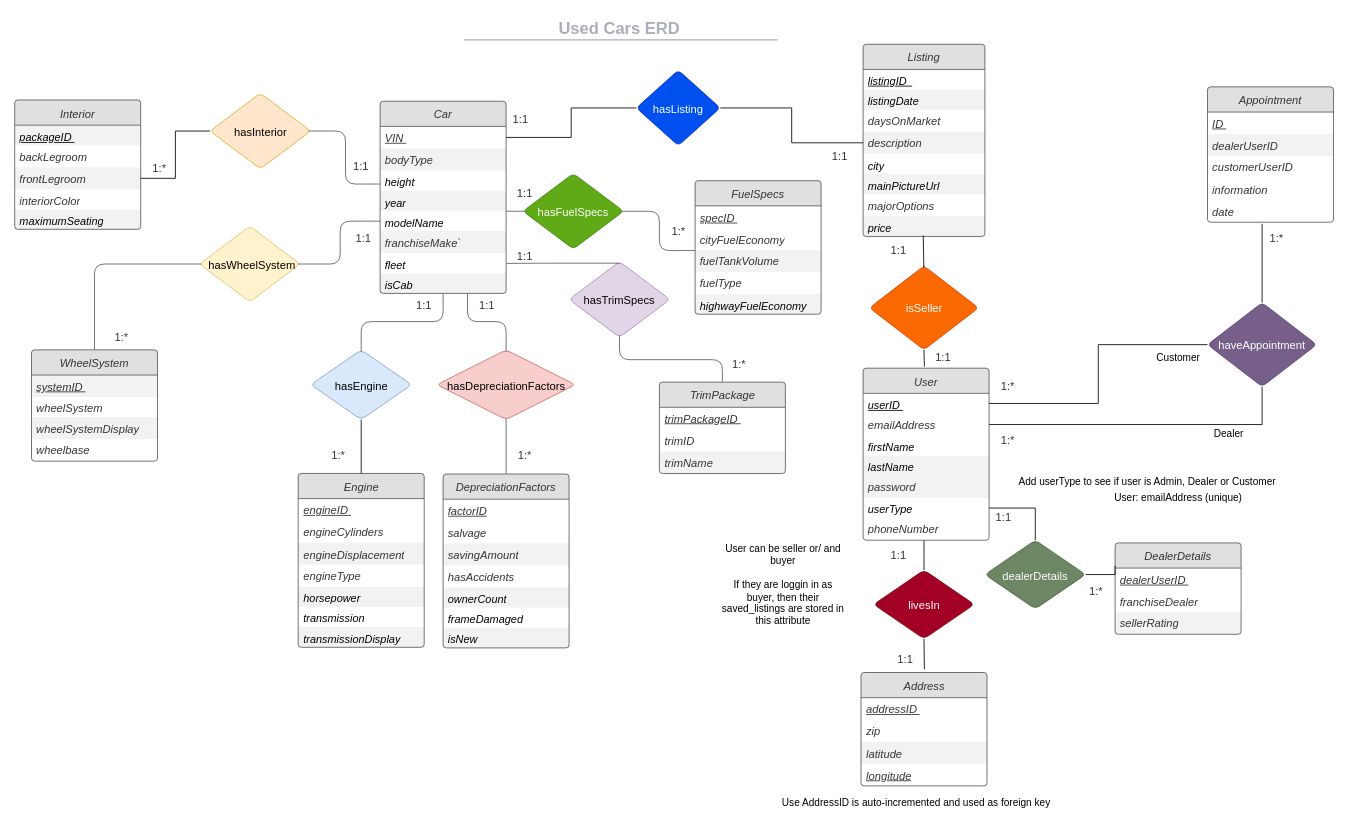
This is Database/draw.io files/ERD-Draft.drawio from abmfocus4/UsedCars-db, a draw.io file, before an edit. Source tidied: cells renumbered, new cells numbered last; positions are measured from the earlier drawing's top-left corner, leaving out a move shared by most shapes. Both pictures are drawn from the tidied source at 84%, with x=0, y=0 at pixel (14, 14).
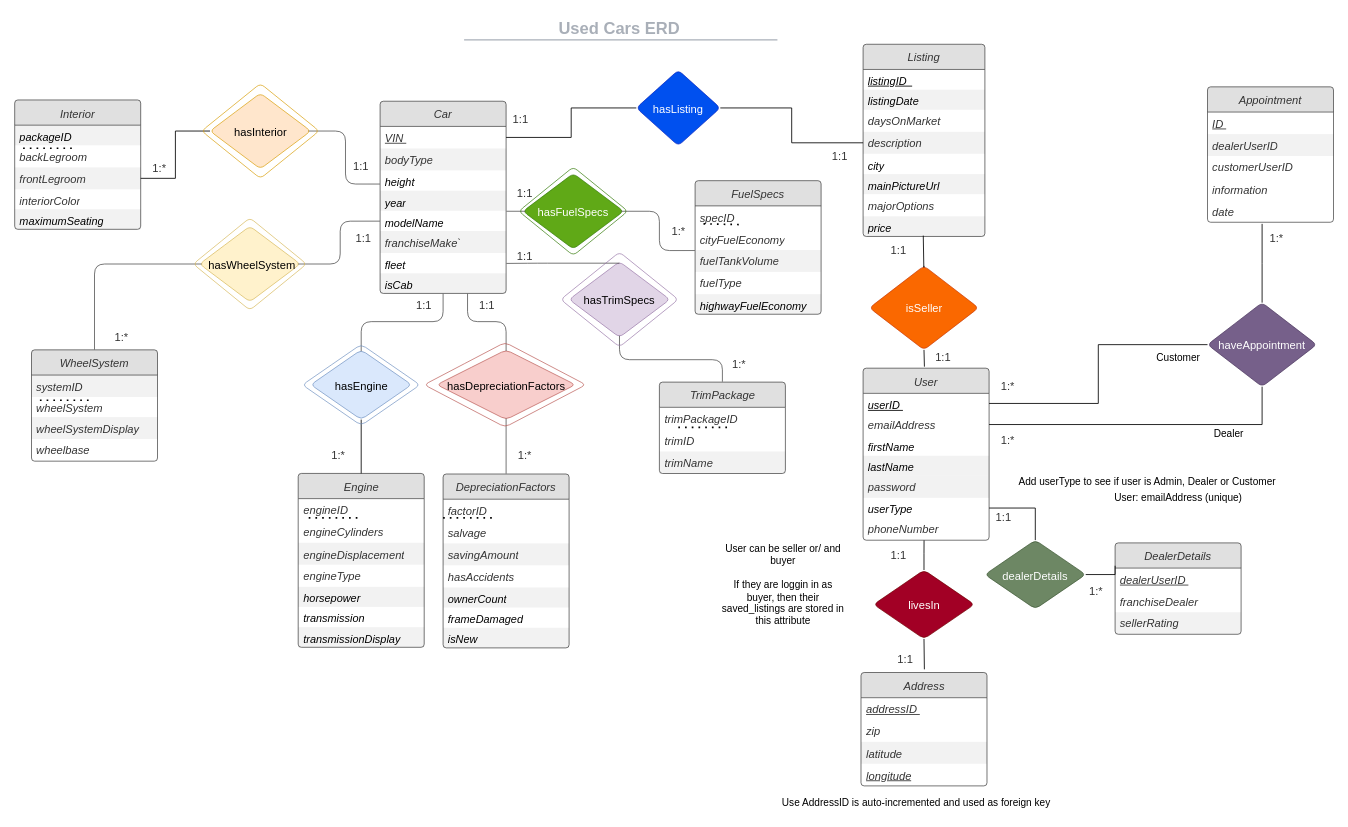
The same page after the edit.

Commit message:
updates to ERD Draft

The change refers to these unchanged cells:
```xml
<mxCell id="2" value="DepreciationFactors" style="html=1;overflow=block;blockSpacing=1;whiteSpace=wrap;swimlane;horizontal=1;fontStyle=0;swimlaneFillColor=#ffffff;startSize=30;whiteSpace=wrap;fontSize=13.3;fontColor=#333333;fontStyle=2;align=center;spacingLeft=8.4;spacingRight=8.4;spacingTop=2.4;whiteSpace=wrap;fontFamily=Helvetica;spacing=3.6;strokeColor=#333333;strokeOpacity=100;fillOpacity=100;rounded=1;absoluteArcSize=1;arcSize=7.5;fillColor=#ffffff;strokeWidth=0.8;fillColor=#e0e0e0;" parent="1" vertex="1">
  <mxGeometry x="510" y="546.8" width="150" height="207" as="geometry" />
</mxCell>
<mxCell id="23" value="Engine" style="html=1;overflow=block;blockSpacing=1;whiteSpace=wrap;swimlane;horizontal=1;fontStyle=0;swimlaneFillColor=#ffffff;startSize=30;whiteSpace=wrap;fontSize=13.3;fontColor=#333333;fontStyle=2;align=center;spacingLeft=8.4;spacingRight=8.4;spacingTop=2.4;whiteSpace=wrap;fontFamily=Helvetica;spacing=3.6;strokeColor=#333333;strokeOpacity=100;fillOpacity=100;rounded=1;absoluteArcSize=1;arcSize=7.5;fillColor=#ffffff;strokeWidth=0.8;fillColor=#e0e0e0;" parent="1" vertex="1">
  <mxGeometry x="337.5" y="546.1" width="150" height="207" as="geometry" />
</mxCell>
<mxCell id="31" value="WheelSystem" style="html=1;overflow=block;blockSpacing=1;whiteSpace=wrap;swimlane;horizontal=1;fontStyle=0;swimlaneFillColor=#ffffff;startSize=30;whiteSpace=wrap;fontSize=13.3;fontColor=#333333;fontStyle=2;align=center;spacingLeft=8.4;spacingRight=8.4;spacingTop=2.4;whiteSpace=wrap;fontFamily=Helvetica;spacing=3.6;strokeColor=#333333;strokeOpacity=100;fillOpacity=100;rounded=1;absoluteArcSize=1;arcSize=7.5;fillColor=#ffffff;strokeWidth=0.8;fillColor=#e0e0e0;" parent="1" vertex="1">
  <mxGeometry x="20" y="399" width="150" height="132.5" as="geometry" />
</mxCell>
<mxCell id="36" value="FuelSpecs" style="html=1;overflow=block;blockSpacing=1;whiteSpace=wrap;swimlane;horizontal=1;fontStyle=0;swimlaneFillColor=#ffffff;startSize=30;whiteSpace=wrap;fontSize=13.3;fontColor=#333333;fontStyle=2;align=center;spacingLeft=8.4;spacingRight=8.4;spacingTop=2.4;whiteSpace=wrap;fontFamily=Helvetica;spacing=3.6;strokeColor=#333333;strokeOpacity=100;fillOpacity=100;rounded=1;absoluteArcSize=1;arcSize=7.5;fillColor=#ffffff;strokeWidth=0.8;fillColor=#e0e0e0;" parent="1" vertex="1">
  <mxGeometry x="810" y="197.6" width="150" height="159" as="geometry" />
</mxCell>
<mxCell id="38" value="cityFuelEconomy" style="strokeColor=none;align=left;verticalAlign=top;spacingLeft=4;spacingRight=4;overflow=hidden;points=[[0,0.5],[1,0.5]];portConstraint=eastwest;html=1;whiteSpace=wrap;swimlaneFillColor=#ffffff;fontSize=13.3;fontColor=#333333;fontStyle=2;fillColor=none;strokeOpacity=100;fillOpacity=100;" parent="36" vertex="1">
  <mxGeometry y="56.2" width="150" height="26.2" as="geometry" />
</mxCell>
<mxCell id="42" value="Interior" style="html=1;overflow=block;blockSpacing=1;whiteSpace=wrap;swimlane;horizontal=1;fontStyle=0;swimlaneFillColor=#ffffff;startSize=30;whiteSpace=wrap;fontSize=13.3;fontColor=#333333;fontStyle=2;align=center;spacingLeft=8.4;spacingRight=8.4;spacingTop=2.4;whiteSpace=wrap;fontFamily=Helvetica;spacing=3.6;strokeColor=#333333;strokeOpacity=100;fillOpacity=100;rounded=1;absoluteArcSize=1;arcSize=7.5;fillColor=#ffffff;strokeWidth=0.8;fillColor=#e0e0e0;" parent="1" vertex="1">
  <mxGeometry y="101.5" width="150" height="154" as="geometry" />
</mxCell>
<mxCell id="48" value="TrimPackage" style="html=1;overflow=block;blockSpacing=1;whiteSpace=wrap;swimlane;horizontal=1;fontStyle=0;swimlaneFillColor=#ffffff;startSize=30;whiteSpace=wrap;fontSize=13.3;fontColor=#333333;fontStyle=2;align=center;spacingLeft=8.4;spacingRight=8.4;spacingTop=2.4;whiteSpace=wrap;fontFamily=Helvetica;spacing=3.6;strokeColor=#333333;strokeOpacity=100;fillOpacity=100;rounded=1;absoluteArcSize=1;arcSize=7.5;fillColor=#ffffff;strokeWidth=0.8;fillColor=#e0e0e0;" parent="1" vertex="1">
  <mxGeometry x="767.5" y="437.4" width="150" height="108.8" as="geometry" />
</mxCell>
```

Change to the diagram source:
```diff
@@
-    <mxCell id="3" value="&lt;u&gt;factorID&lt;/u&gt;" style="strokeColor=none;align=left;verticalAlign=top;spacingLeft=4;spacingRight=4;overflow=hidden;html=1;whiteSpace=wrap;swimlaneFillColor=#ffffff;fontSize=13.3;fontColor=#333333;fontStyle=2;fillColor=none;strokeOpacity=100;fillOpacity=100;" parent="2" vertex="1">
+    <mxCell id="3" value="factorID" style="strokeColor=none;align=left;verticalAlign=top;spacingLeft=4;spacingRight=4;overflow=hidden;html=1;whiteSpace=wrap;swimlaneFillColor=#ffffff;fontSize=13.3;fontColor=#333333;fontStyle=2;fillColor=none;strokeOpacity=100;fillOpacity=100;" parent="2" vertex="1">
       <mxGeometry y="30" width="150" height="26.2" as="geometry" />
     </mxCell>
+    <mxCell id="148" style="endArrow=none;dashed=1;html=1;dashPattern=1 3;strokeWidth=2;" parent="2" edge="1">
+      <mxGeometry relative="1" as="geometry">
+        <mxPoint y="52.2" as="sourcePoint" />
+        <mxPoint x="60" y="52.2" as="targetPoint" />
+      </mxGeometry>
+    </mxCell>
@@
-    <mxCell id="24" value="&lt;u&gt;engineID&amp;nbsp;&lt;/u&gt;" style="strokeColor=none;align=left;verticalAlign=top;spacingLeft=4;spacingRight=4;overflow=hidden;html=1;whiteSpace=wrap;swimlaneFillColor=#ffffff;fontSize=13.3;fontColor=#333333;fontStyle=2;fillColor=none;strokeOpacity=100;fillOpacity=100;" parent="23" vertex="1">
+    <mxCell id="24" value="engineID&amp;nbsp;" style="strokeColor=none;align=left;verticalAlign=top;spacingLeft=4;spacingRight=4;overflow=hidden;html=1;whiteSpace=wrap;swimlaneFillColor=#ffffff;fontSize=13.3;fontColor=#333333;fontStyle=2;fillColor=none;strokeOpacity=100;fillOpacity=100;" parent="23" vertex="1">
       <mxGeometry y="30" width="150" height="26.2" as="geometry" />
     </mxCell>
+    <mxCell id="149" style="endArrow=none;dashed=1;html=1;dashPattern=1 3;strokeWidth=2;" parent="23" edge="1">
+      <mxGeometry relative="1" as="geometry">
+        <mxPoint x="12.5" y="52.9" as="sourcePoint" />
+        <mxPoint x="72.5" y="52.9" as="targetPoint" />
+      </mxGeometry>
+    </mxCell>
@@
-    <mxCell id="32" value="&lt;u&gt;systemID&amp;nbsp;&lt;/u&gt;" style="strokeColor=none;align=left;verticalAlign=top;spacingLeft=4;spacingRight=4;overflow=hidden;html=1;whiteSpace=wrap;swimlaneFillColor=#ffffff;fontSize=13.3;fontColor=#333333;fontStyle=2;fillColor=#000000;opacity=5;" parent="31" vertex="1">
+    <mxCell id="32" value="systemID&amp;nbsp;" style="strokeColor=none;align=left;verticalAlign=top;spacingLeft=4;spacingRight=4;overflow=hidden;html=1;whiteSpace=wrap;swimlaneFillColor=#ffffff;fontSize=13.3;fontColor=#333333;fontStyle=2;fillColor=#000000;opacity=5;" parent="31" vertex="1">
       <mxGeometry y="30" width="150" height="26.2" as="geometry" />
     </mxCell>
+    <mxCell id="150" style="endArrow=none;dashed=1;html=1;dashPattern=1 3;strokeWidth=2;" parent="31" edge="1">
+      <mxGeometry relative="1" as="geometry">
+        <mxPoint x="10" y="60" as="sourcePoint" />
+        <mxPoint x="70" y="60" as="targetPoint" />
+      </mxGeometry>
+    </mxCell>
@@
-    <mxCell id="37" value="&lt;u&gt;specID&amp;nbsp;&lt;/u&gt;" style="strokeColor=none;align=left;verticalAlign=top;spacingLeft=4;spacingRight=4;overflow=hidden;html=1;whiteSpace=wrap;swimlaneFillColor=#ffffff;fontSize=13.3;fontColor=#333333;fontStyle=2;fillColor=none;strokeOpacity=100;fillOpacity=100;" parent="36" vertex="1">
+    <mxCell id="37" value="specID&amp;nbsp;" style="strokeColor=none;align=left;verticalAlign=top;spacingLeft=4;spacingRight=4;overflow=hidden;html=1;whiteSpace=wrap;swimlaneFillColor=#ffffff;fontSize=13.3;fontColor=#333333;fontStyle=2;fillColor=none;strokeOpacity=100;fillOpacity=100;" parent="36" vertex="1">
       <mxGeometry y="30" width="150" height="26.2" as="geometry" />
     </mxCell>
+    <mxCell id="151" style="endArrow=none;dashed=1;html=1;dashPattern=1 3;strokeWidth=2;entryX=0.381;entryY=-0.148;entryDx=0;entryDy=0;entryPerimeter=0;" parent="36" edge="1" target="38">
+      <mxGeometry relative="1" as="geometry">
+        <mxPoint x="10" y="51.4" as="sourcePoint" />
+      </mxGeometry>
+    </mxCell>
@@
-    <mxCell id="43" value="&lt;u&gt;packageID&amp;nbsp;&lt;/u&gt;" style="strokeColor=none;align=left;verticalAlign=top;spacingLeft=4;spacingRight=4;overflow=hidden;html=1;whiteSpace=wrap;swimlaneFillColor=#ffffff;fontSize=13;fontStyle=2;fillColor=#000000;opacity=5;" parent="42" vertex="1">
+    <mxCell id="43" value="packageID&amp;nbsp;" style="strokeColor=none;align=left;verticalAlign=top;spacingLeft=4;spacingRight=4;overflow=hidden;html=1;whiteSpace=wrap;swimlaneFillColor=#ffffff;fontSize=13;fontStyle=2;fillColor=#000000;opacity=5;dashed=1;" parent="42" vertex="1">
       <mxGeometry y="30" width="150" height="24" as="geometry" />
     </mxCell>
+    <mxCell id="152" style="endArrow=none;dashed=1;html=1;dashPattern=1 3;strokeWidth=2;" parent="42" edge="1">
+      <mxGeometry relative="1" as="geometry">
+        <mxPoint x="10" y="57.5" as="sourcePoint" />
+        <mxPoint x="70" y="57.5" as="targetPoint" />
+      </mxGeometry>
+    </mxCell>
@@
-    <mxCell id="49" value="&lt;u&gt;trimPackageID&amp;nbsp;&lt;/u&gt;" style="strokeColor=none;align=left;verticalAlign=top;spacingLeft=4;spacingRight=4;overflow=hidden;html=1;whiteSpace=wrap;swimlaneFillColor=#ffffff;fontSize=13.3;fontColor=#333333;fontStyle=2;fillColor=none;strokeOpacity=100;fillOpacity=100;" parent="48" vertex="1">
+    <mxCell id="49" value="trimPackageID&amp;nbsp;" style="strokeColor=none;align=left;verticalAlign=top;spacingLeft=4;spacingRight=4;overflow=hidden;html=1;whiteSpace=wrap;swimlaneFillColor=#ffffff;fontSize=13.3;fontColor=#333333;fontStyle=2;fillColor=none;strokeOpacity=100;fillOpacity=100;" parent="48" vertex="1">
       <mxGeometry y="30" width="150" height="26.2" as="geometry" />
     </mxCell>
+    <mxCell id="153" style="endArrow=none;dashed=1;html=1;dashPattern=1 3;strokeWidth=2;" parent="48" edge="1">
+      <mxGeometry relative="1" as="geometry">
+        <mxPoint x="22.5" y="53.9" as="sourcePoint" />
+        <mxPoint x="82.5" y="53.9" as="targetPoint" />
+      </mxGeometry>
+    </mxCell>
@@
+    <mxCell id="154" style="html=1;overflow=block;blockSpacing=1;whiteSpace=wrap;rhombus;whiteSpace=wrap;fontSize=13.3;align=center;spacingLeft=8.4;spacingRight=8.4;spacingTop=2.4;spacing=3.8;strokeColor=#d79b00;strokeOpacity=100;fillOpacity=100;rounded=1;absoluteArcSize=1;arcSize=12;strokeWidth=0.8;fillColor=none;" parent="1" vertex="1">
+      <mxGeometry x="222.5" y="81.9" width="140" height="113.1" as="geometry" />
+    </mxCell>
+    <mxCell id="155" style="html=1;overflow=block;blockSpacing=1;whiteSpace=wrap;rhombus;whiteSpace=wrap;fontSize=13.3;align=center;spacingLeft=8.4;spacingRight=8.4;spacingTop=2.4;spacing=3.8;strokeColor=#d6b656;strokeOpacity=100;fillOpacity=100;rounded=1;absoluteArcSize=1;arcSize=12;strokeWidth=0.8;fillColor=none;" parent="1" vertex="1">
+      <mxGeometry x="212.5" y="241.8" width="135" height="110" as="geometry" />
+    </mxCell>
+    <mxCell id="156" style="html=1;overflow=block;blockSpacing=1;whiteSpace=wrap;rhombus;whiteSpace=wrap;fontSize=13.3;align=center;spacingLeft=8.4;spacingRight=8.4;spacingTop=2.4;spacing=3.8;strokeColor=#6c8ebf;strokeOpacity=100;fillOpacity=100;rounded=1;absoluteArcSize=1;arcSize=12;strokeWidth=0.8;fillColor=none;" parent="1" vertex="1">
+      <mxGeometry x="342.5" y="392.4" width="140" height="96.6" as="geometry" />
+    </mxCell>
+    <mxCell id="157" style="html=1;overflow=block;blockSpacing=1;whiteSpace=wrap;rhombus;whiteSpace=wrap;fontSize=13.3;align=center;spacingLeft=8.4;spacingRight=8.4;spacingTop=2.4;spacing=3.8;strokeColor=#b85450;strokeOpacity=100;fillOpacity=100;rounded=1;absoluteArcSize=1;arcSize=12;strokeWidth=0.8;fillColor=none;" parent="1" vertex="1">
+      <mxGeometry x="487.5" y="390.1" width="192.5" height="100.9" as="geometry" />
+    </mxCell>
+    <mxCell id="158" style="html=1;overflow=block;blockSpacing=1;whiteSpace=wrap;rhombus;whiteSpace=wrap;fontSize=13.3;align=center;spacingLeft=8.4;spacingRight=8.4;spacingTop=2.4;spacing=3.8;strokeColor=#9673a6;strokeOpacity=100;fillOpacity=100;rounded=1;absoluteArcSize=1;arcSize=12;strokeWidth=0.8;fillColor=none;" parent="1" vertex="1">
+      <mxGeometry x="650" y="282.6" width="140" height="112.9" as="geometry" />
+    </mxCell>
+    <mxCell id="159" style="html=1;overflow=block;blockSpacing=1;whiteSpace=wrap;rhombus;whiteSpace=wrap;fontSize=13.3;fontColor=#ffffff;align=center;spacingLeft=8.4;spacingRight=8.4;spacingTop=2.4;spacing=3.8;strokeColor=#2D7600;strokeOpacity=100;fillOpacity=100;rounded=1;absoluteArcSize=1;arcSize=12;strokeWidth=0.8;fillColor=none;" parent="1" vertex="1">
+      <mxGeometry x="600" y="181.2" width="130" height="105.5" as="geometry" />
+    </mxCell>
```
